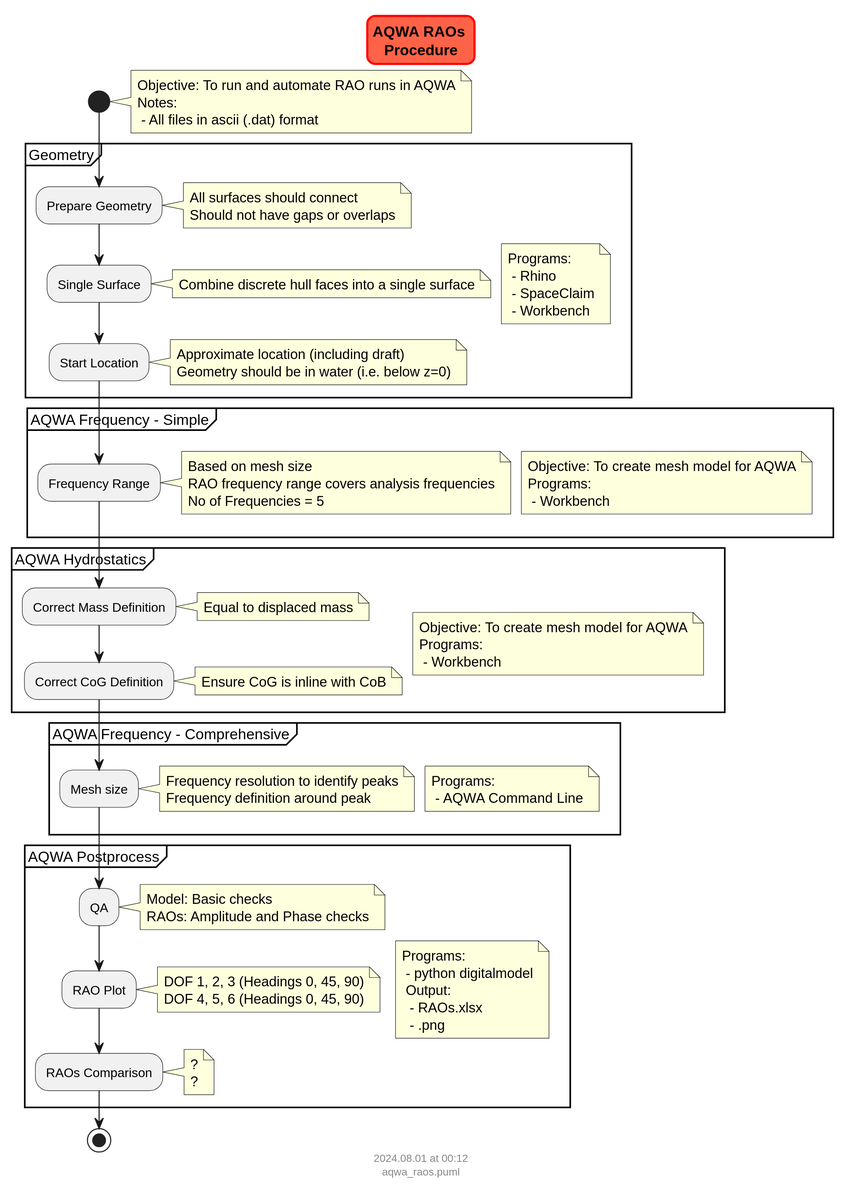
This is docs/pkg_ansys/aqwa/flowcharts/aqwa_raos.svg from vamseeachanta/digitalmodel, a PlantUML export, as it was before one commit.
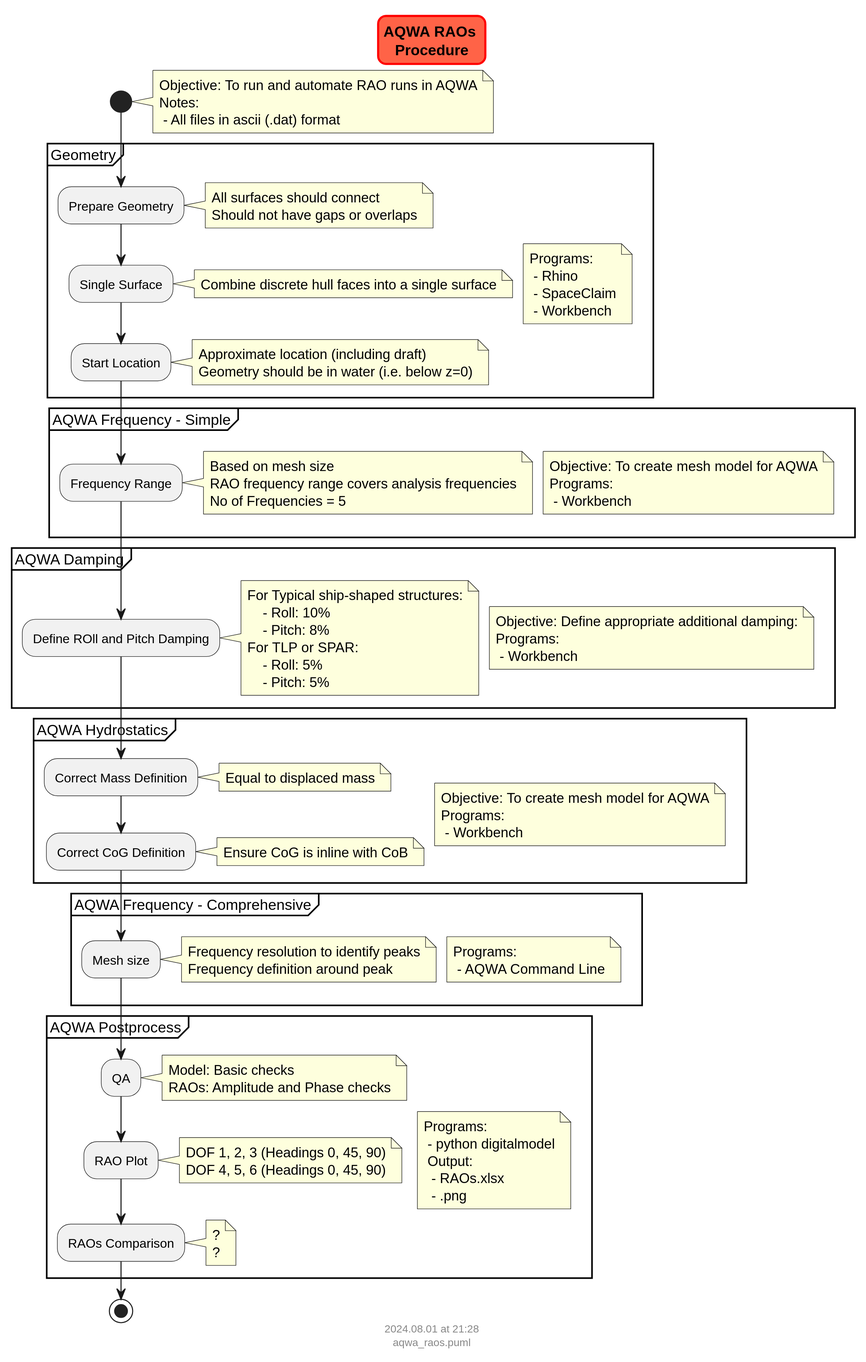
After the change.

The edit, as a diff of the source:
```diff
@@ -54,6 +54,25 @@
                 Based on mesh size
                 RAO frequency range covers analysis frequencies
                 No of Frequencies = 5
+            end note
+
+    }
+
+    partition "AQWA Damping" {
+            note right
+                Objective: Define appropriate additional damping:
+                Programs:
+                 - Workbench
+            end note
+
+        :Define ROll and Pitch Damping;
+            note right
+                For Typical ship-shaped structures:
+                    - Roll: 10%
+                    - Pitch: 8%
+                For TLP or SPAR:
+                    - Roll: 5%
+                    - Pitch: 5%
             end note
 
     }
```
